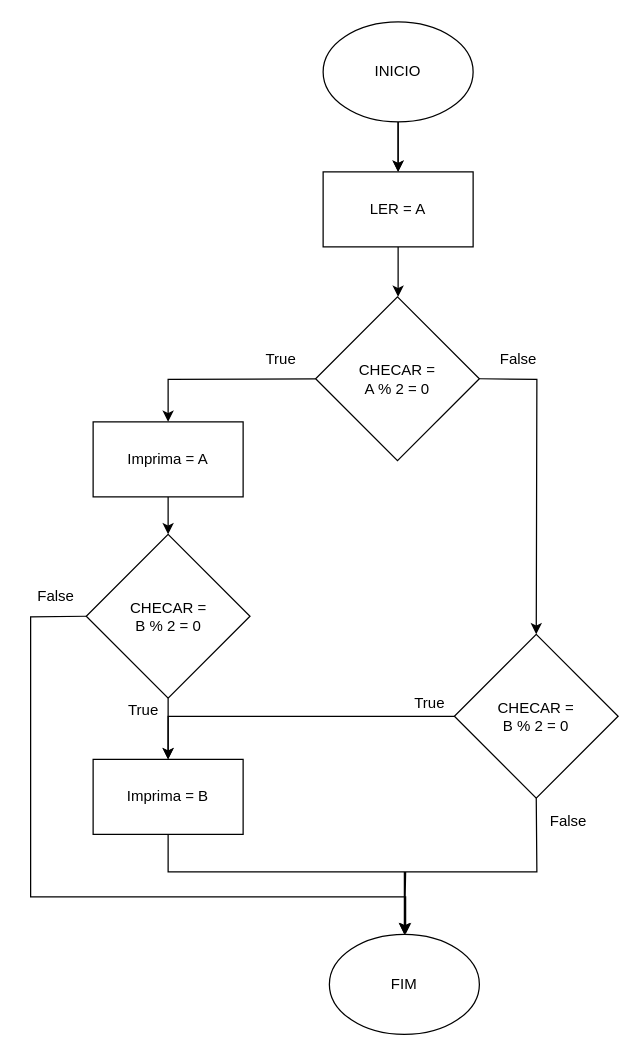
The draw.io diagram aula05_fluxogramEx5.drawio in Leoplugged/IntroducaoProgramacao, before the edit. Source tidied: cells renumbered, new cells numbered last; positions are measured from the earlier drawing's top-left corner, leaving out a move shared by most shapes. Both pictures are drawn from the tidied source at 125%, with x=0, y=0 at pixel (30, 21).
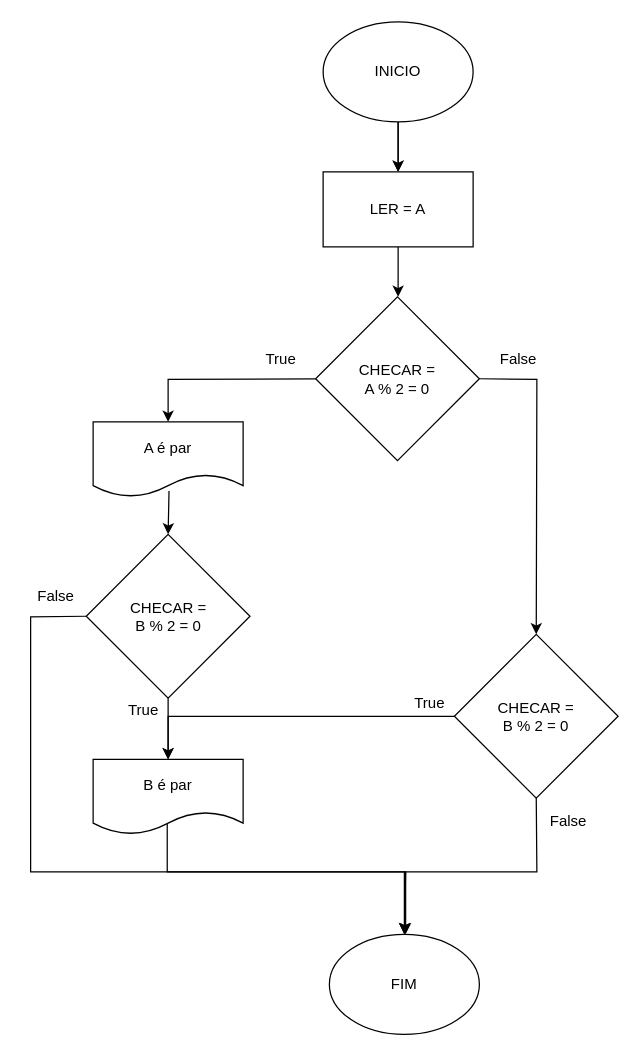
Above is the later version.

Unchanged cells that the change refers to:
```xml
<mxCell id="5" value="FIM" style="ellipse;whiteSpace=wrap;html=1;" parent="1" vertex="1">
  <mxGeometry x="239" y="730" width="120" height="80" as="geometry" />
</mxCell>
<mxCell id="8" value="CHECAR = &lt;br&gt;A % 2 = 0" style="rhombus;whiteSpace=wrap;html=1;" parent="1" vertex="1">
  <mxGeometry x="228" y="220" width="131" height="131" as="geometry" />
</mxCell>
<mxCell id="14" value="CHECAR = &lt;br&gt;B % 2 = 0" style="rhombus;whiteSpace=wrap;html=1;" parent="1" vertex="1">
  <mxGeometry x="339" y="490" width="131" height="131" as="geometry" />
</mxCell>
<mxCell id="23" value="CHECAR = &lt;br&gt;B % 2 = 0" style="rhombus;whiteSpace=wrap;html=1;" parent="1" vertex="1">
  <mxGeometry x="44.5" y="410" width="131" height="131" as="geometry" />
</mxCell>
```

Change to the diagram source:
```diff
@@
-    <mxCell id="9" style="endArrow=classic;html=1;rounded=0;exitX=0;exitY=0.5;exitDx=0;exitDy=0;entryX=0.5;entryY=0;entryDx=0;entryDy=0;" parent="1" edge="1" source="8" target="10">
+    <mxCell id="9" style="endArrow=classic;html=1;rounded=0;exitX=0;exitY=0.5;exitDx=0;exitDy=0;entryX=0.5;entryY=0;entryDx=0;entryDy=0;" parent="1" edge="1" source="8">
       <mxGeometry relative="1" as="geometry">
+        <mxPoint x="110" y="320" as="targetPoint" />
         <Array as="points">
           <mxPoint x="110" y="286" />
         </Array>
       </mxGeometry>
     </mxCell>
-    <mxCell id="10" value="Imprima = A" style="rounded=0;whiteSpace=wrap;html=1;" parent="1" vertex="1">
-      <mxGeometry x="50" y="320" width="120" height="60" as="geometry" />
-    </mxCell>
@@
-    <mxCell id="13" style="edgeStyle=orthogonalEdgeStyle;rounded=0;jettySize=auto;html=1;entryX=0.5;entryY=0;entryDx=0;entryDy=0;" parent="1" edge="1" source="14" target="18">
+    <mxCell id="13" style="edgeStyle=orthogonalEdgeStyle;rounded=0;jettySize=auto;html=1;entryX=0.5;entryY=0;entryDx=0;entryDy=0;" parent="1" edge="1" source="14" target="28">
       <mxGeometry relative="1" as="geometry">
         <Array as="points">
           <mxPoint x="110" y="556" />
         </Array>
       </mxGeometry>
     </mxCell>
@@
-    <mxCell id="16" style="endArrow=classic;html=1;rounded=0;exitX=0.5;exitY=1;exitDx=0;exitDy=0;entryX=0.5;entryY=0;entryDx=0;entryDy=0;" parent="1" edge="1" source="10" target="23">
+    <mxCell id="16" style="endArrow=classic;html=1;rounded=0;exitX=0.506;exitY=0.922;exitDx=0;exitDy=0;entryX=0.5;entryY=0;entryDx=0;entryDy=0;exitPerimeter=0;" parent="1" edge="1" source="27" target="23">
       <mxGeometry relative="1" as="geometry">
         <Array as="points">
           <mxPoint x="110" y="410" />
         </Array>
       </mxGeometry>
     </mxCell>
-    <mxCell id="17" style="edgeStyle=orthogonalEdgeStyle;rounded=0;jettySize=auto;html=1;exitX=0.5;exitY=1;exitDx=0;exitDy=0;entryX=0.5;entryY=0;entryDx=0;entryDy=0;" parent="1" edge="1" source="18" target="5">
+    <mxCell id="17" style="edgeStyle=orthogonalEdgeStyle;rounded=0;jettySize=auto;html=1;entryX=0.5;entryY=0;entryDx=0;entryDy=0;exitX=0.494;exitY=0.844;exitDx=0;exitDy=0;exitPerimeter=0;" parent="1" edge="1" source="28" target="5">
       <mxGeometry relative="1" as="geometry">
         <Array as="points">
-          <mxPoint x="110" y="680" />
+          <mxPoint x="109" y="680" />
           <mxPoint x="299" y="680" />
         </Array>
       </mxGeometry>
     </mxCell>
-    <mxCell id="18" value="Imprima = B" style="rounded=0;whiteSpace=wrap;html=1;" parent="1" vertex="1">
-      <mxGeometry x="50" y="590" width="120" height="60" as="geometry" />
-    </mxCell>
@@
-    <mxCell id="22" style="endArrow=classic;html=1;rounded=0;exitX=0.5;exitY=1;exitDx=0;exitDy=0;entryX=0.5;entryY=0;entryDx=0;entryDy=0;" parent="1" edge="1" source="23" target="18">
+    <mxCell id="22" style="endArrow=classic;html=1;rounded=0;exitX=0.5;exitY=1;exitDx=0;exitDy=0;entryX=0.5;entryY=0;entryDx=0;entryDy=0;" parent="1" edge="1" source="23" target="28">
       <mxGeometry relative="1" as="geometry" />
     </mxCell>
@@
     <mxCell id="25" style="endArrow=classic;html=1;rounded=0;exitX=0;exitY=0.5;exitDx=0;exitDy=0;" parent="1" edge="1" source="23">
       <mxGeometry relative="1" as="geometry">
         <mxPoint x="300" y="730" as="targetPoint" />
         <Array as="points">
           <mxPoint y="476" />
-          <mxPoint y="700" />
-          <mxPoint x="300" y="700" />
+          <mxPoint y="680" />
+          <mxPoint x="300" y="680" />
         </Array>
       </mxGeometry>
     </mxCell>
@@
+    <mxCell id="27" value="&lt;span&gt;A é par&lt;/span&gt;" style="shape=document;whiteSpace=wrap;html=1;boundedLbl=1;" parent="1" vertex="1">
+      <mxGeometry x="50" y="320" width="120" height="60" as="geometry" />
+    </mxCell>
+    <mxCell id="28" value="&lt;span&gt;B é par&lt;/span&gt;" style="shape=document;whiteSpace=wrap;html=1;boundedLbl=1;" parent="1" vertex="1">
+      <mxGeometry x="50" y="590" width="120" height="60" as="geometry" />
+    </mxCell>
```
